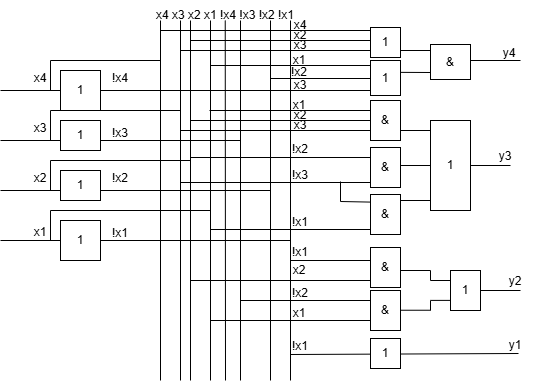
xcuuuse/university keeps this draw.io diagram as AOIS/lab4/docs/схема2.png. Above is the earlier version. Source tidied: cells renumbered, new cells last; positions are measured from the earlier drawing's top-left corner, leaving out a move shared by most shapes.
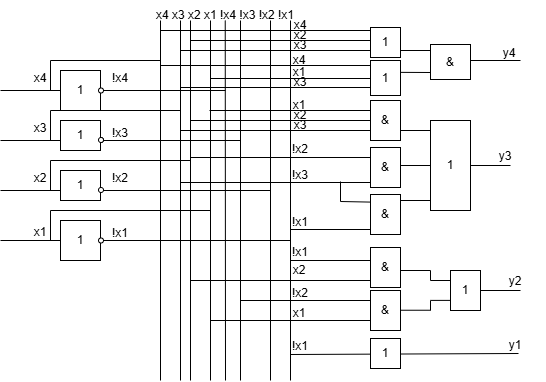
After the change.

Change to the diagram source:
```diff
@@ -2,6 +2,15 @@
   <root>
     <mxCell id="0" />
     <mxCell id="1" parent="0" />
+    <mxCell id="18" style="endArrow=none;html=1;rounded=0;" parent="1" edge="1">
+      <mxGeometry relative="1" as="geometry">
+        <mxPoint x="100" y="140" as="sourcePoint" />
+        <mxPoint x="240" y="140" as="targetPoint" />
+      </mxGeometry>
+    </mxCell>
+    <mxCell id="99" style="ellipse;whiteSpace=wrap;html=1;" parent="1" vertex="1">
+      <mxGeometry x="98" y="137" width="5" height="5" as="geometry" />
+    </mxCell>
     <mxCell id="2" value="x4 x3 x2 x1 !x4 !x3 !x2 !x1" style="text;html=1;whiteSpace=wrap;strokeColor=none;fillColor=none;align=center;verticalAlign=middle;rounded=0;" parent="1" vertex="1">
       <mxGeometry x="60" width="330" height="30" as="geometry" />
     </mxCell>
@@ -80,12 +89,6 @@
     <mxCell id="17" value="x3&lt;div&gt;&lt;br&gt;&lt;/div&gt;" style="text;html=1;whiteSpace=wrap;strokeColor=none;fillColor=none;align=center;verticalAlign=middle;rounded=0;" parent="1" vertex="1">
       <mxGeometry x="10" y="120" width="60" height="30" as="geometry" />
     </mxCell>
-    <mxCell id="18" style="endArrow=none;html=1;rounded=0;" parent="1" edge="1">
-      <mxGeometry relative="1" as="geometry">
-        <mxPoint x="100" y="140" as="sourcePoint" />
-        <mxPoint x="240" y="140" as="targetPoint" />
-      </mxGeometry>
-    </mxCell>
     <mxCell id="19" value="1" style="rounded=0;whiteSpace=wrap;html=1;" parent="1" vertex="1">
       <mxGeometry x="60" y="170" width="40" height="30" as="geometry" />
     </mxCell>
@@ -301,7 +304,7 @@
     </mxCell>
     <mxCell id="63" style="endArrow=none;html=1;rounded=0;" parent="1" edge="1">
       <mxGeometry relative="1" as="geometry">
-        <mxPoint x="210" y="229" as="sourcePoint" />
+        <mxPoint x="290" y="229" as="sourcePoint" />
         <mxPoint x="370" y="229" as="targetPoint" />
       </mxGeometry>
     </mxCell>
@@ -414,29 +417,29 @@
     </mxCell>
     <mxCell id="88" value=" " style="endArrow=none;html=1;rounded=0;" parent="1" edge="1">
       <mxGeometry relative="1" as="geometry">
-        <mxPoint x="180" y="90" as="sourcePoint" />
-        <mxPoint x="370" y="90" as="targetPoint" />
+        <mxPoint x="180" y="87" as="sourcePoint" />
+        <mxPoint x="370" y="87" as="targetPoint" />
       </mxGeometry>
     </mxCell>
     <mxCell id="89" value="&lt;div&gt;x3&lt;/div&gt;" style="text;html=1;whiteSpace=wrap;strokeColor=none;fillColor=none;align=center;verticalAlign=middle;rounded=0;" parent="1" vertex="1">
-      <mxGeometry x="270" y="70" width="60" height="30" as="geometry" />
+      <mxGeometry x="270" y="67" width="60" height="30" as="geometry" />
     </mxCell>
     <mxCell id="90" value=" " style="endArrow=none;html=1;rounded=0;" parent="1" edge="1">
       <mxGeometry relative="1" as="geometry">
-        <mxPoint x="270" y="78" as="sourcePoint" />
+        <mxPoint x="210" y="78" as="sourcePoint" />
         <mxPoint x="370" y="78" as="targetPoint" />
       </mxGeometry>
     </mxCell>
-    <mxCell id="91" value="&lt;div&gt;!x2&lt;/div&gt;" style="text;html=1;whiteSpace=wrap;strokeColor=none;fillColor=none;align=center;verticalAlign=middle;rounded=0;" parent="1" vertex="1">
+    <mxCell id="91" value="x1" style="text;html=1;whiteSpace=wrap;strokeColor=none;fillColor=none;align=center;verticalAlign=middle;rounded=0;" parent="1" vertex="1">
       <mxGeometry x="269" y="57" width="60" height="30" as="geometry" />
     </mxCell>
     <mxCell id="92" style="endArrow=none;html=1;rounded=0;" parent="1" edge="1">
       <mxGeometry relative="1" as="geometry">
-        <mxPoint x="210" y="65" as="sourcePoint" />
+        <mxPoint x="160" y="65" as="sourcePoint" />
         <mxPoint x="370" y="65" as="targetPoint" />
       </mxGeometry>
     </mxCell>
-    <mxCell id="93" value="&lt;div&gt;x1&lt;/div&gt;" style="text;html=1;whiteSpace=wrap;strokeColor=none;fillColor=none;align=center;verticalAlign=middle;rounded=0;" parent="1" vertex="1">
+    <mxCell id="93" value="&lt;div&gt;x4&lt;/div&gt;" style="text;html=1;whiteSpace=wrap;strokeColor=none;fillColor=none;align=center;verticalAlign=middle;rounded=0;" parent="1" vertex="1">
       <mxGeometry x="269" y="45" width="60" height="30" as="geometry" />
     </mxCell>
     <mxCell id="94" style="endArrow=none;html=1;rounded=0;" parent="1" edge="1">
@@ -463,5 +466,17 @@
     <mxCell id="98" value="y4" style="text;html=1;whiteSpace=wrap;strokeColor=none;fillColor=none;align=center;verticalAlign=middle;rounded=0;" parent="1" vertex="1">
       <mxGeometry x="479" y="38" width="60" height="30" as="geometry" />
     </mxCell>
+    <mxCell id="100" style="ellipse;whiteSpace=wrap;html=1;" parent="1" vertex="1">
+      <mxGeometry x="98" y="87.5" width="5" height="5" as="geometry" />
+    </mxCell>
+    <mxCell id="101" style="ellipse;whiteSpace=wrap;html=1;" parent="1" vertex="1">
+      <mxGeometry x="98" y="187" width="5" height="5" as="geometry" />
+    </mxCell>
+    <mxCell id="102" style="ellipse;whiteSpace=wrap;html=1;" parent="1" vertex="1">
+      <mxGeometry x="98" y="237.5" width="5" height="5" as="geometry" />
+    </mxCell>
+    <mxCell id="103" style="ellipse;whiteSpace=wrap;html=1;" parent="1" vertex="1">
+      <mxGeometry x="98" y="137" width="5" height="5" as="geometry" />
+    </mxCell>
   </root>
 </mxGraphModel>
```
